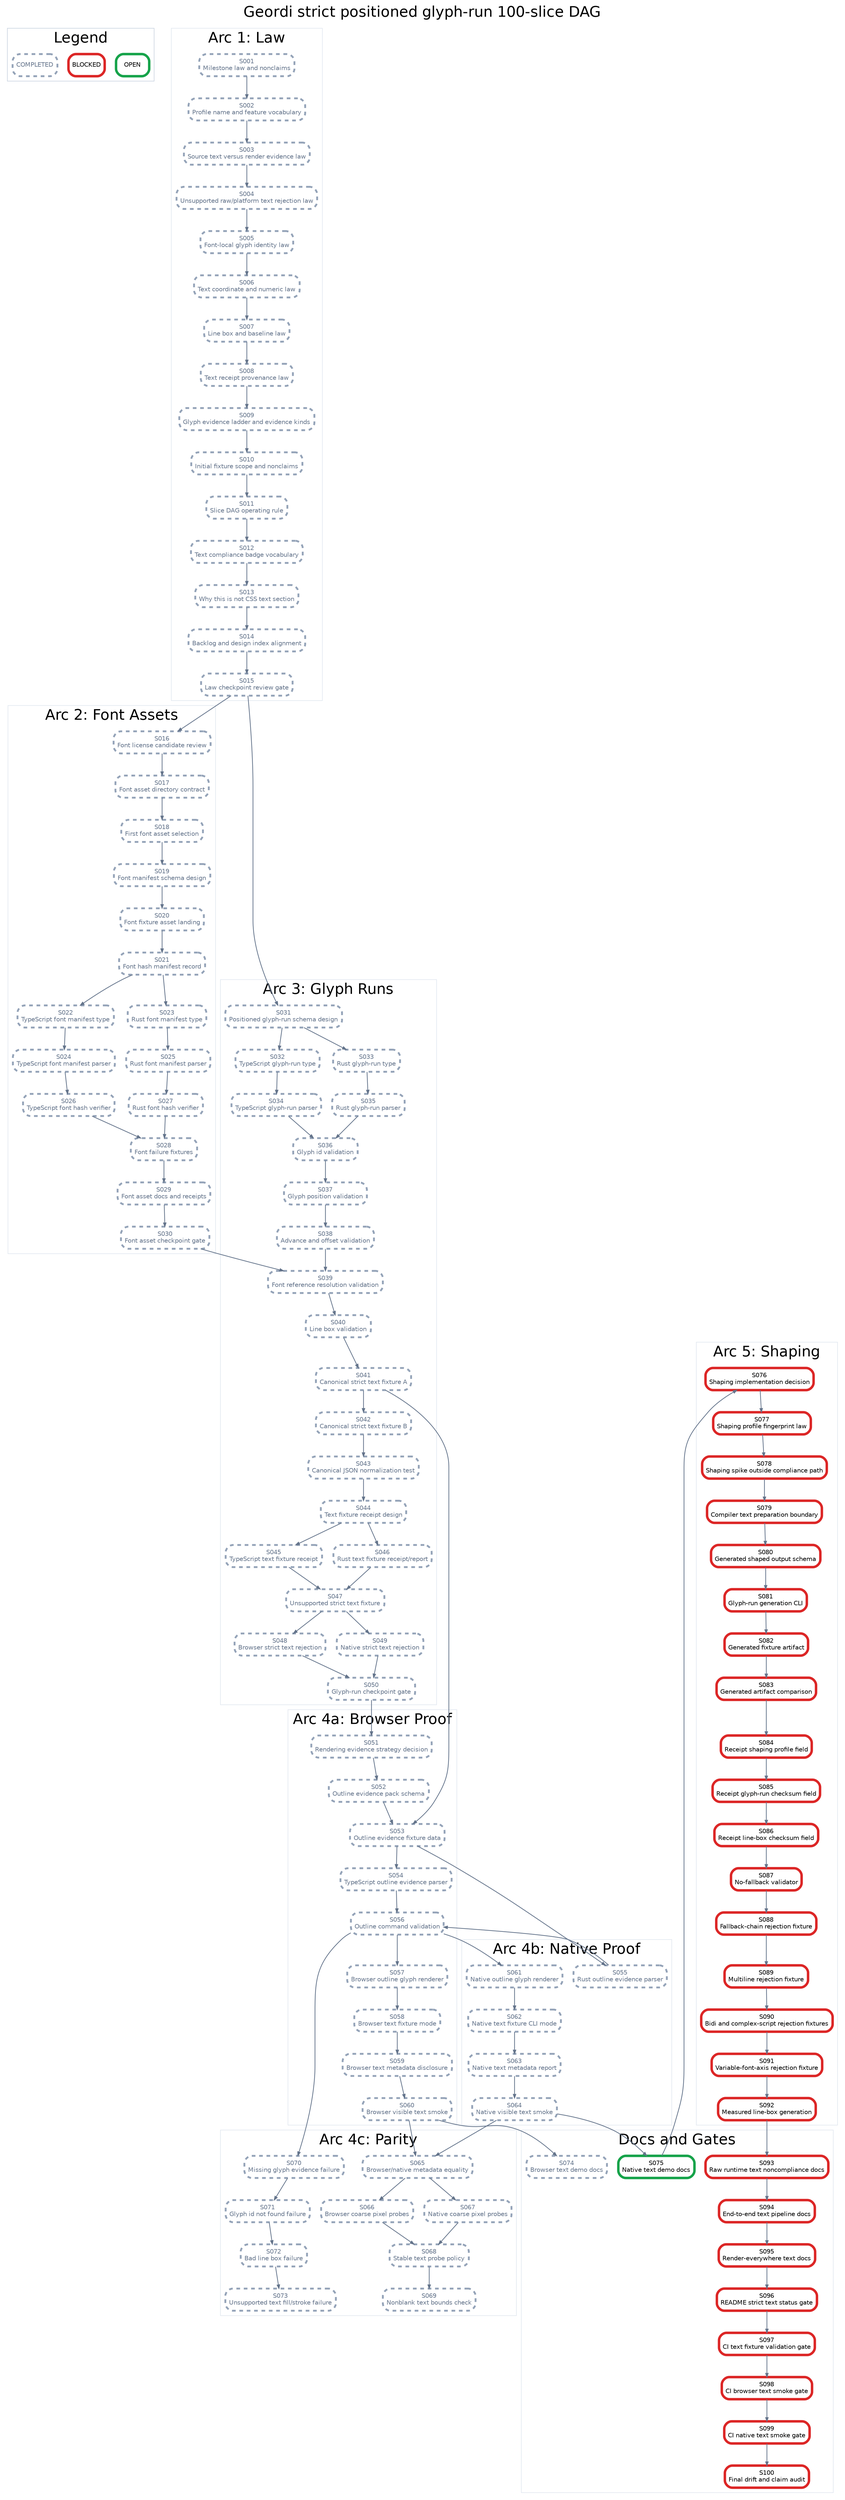
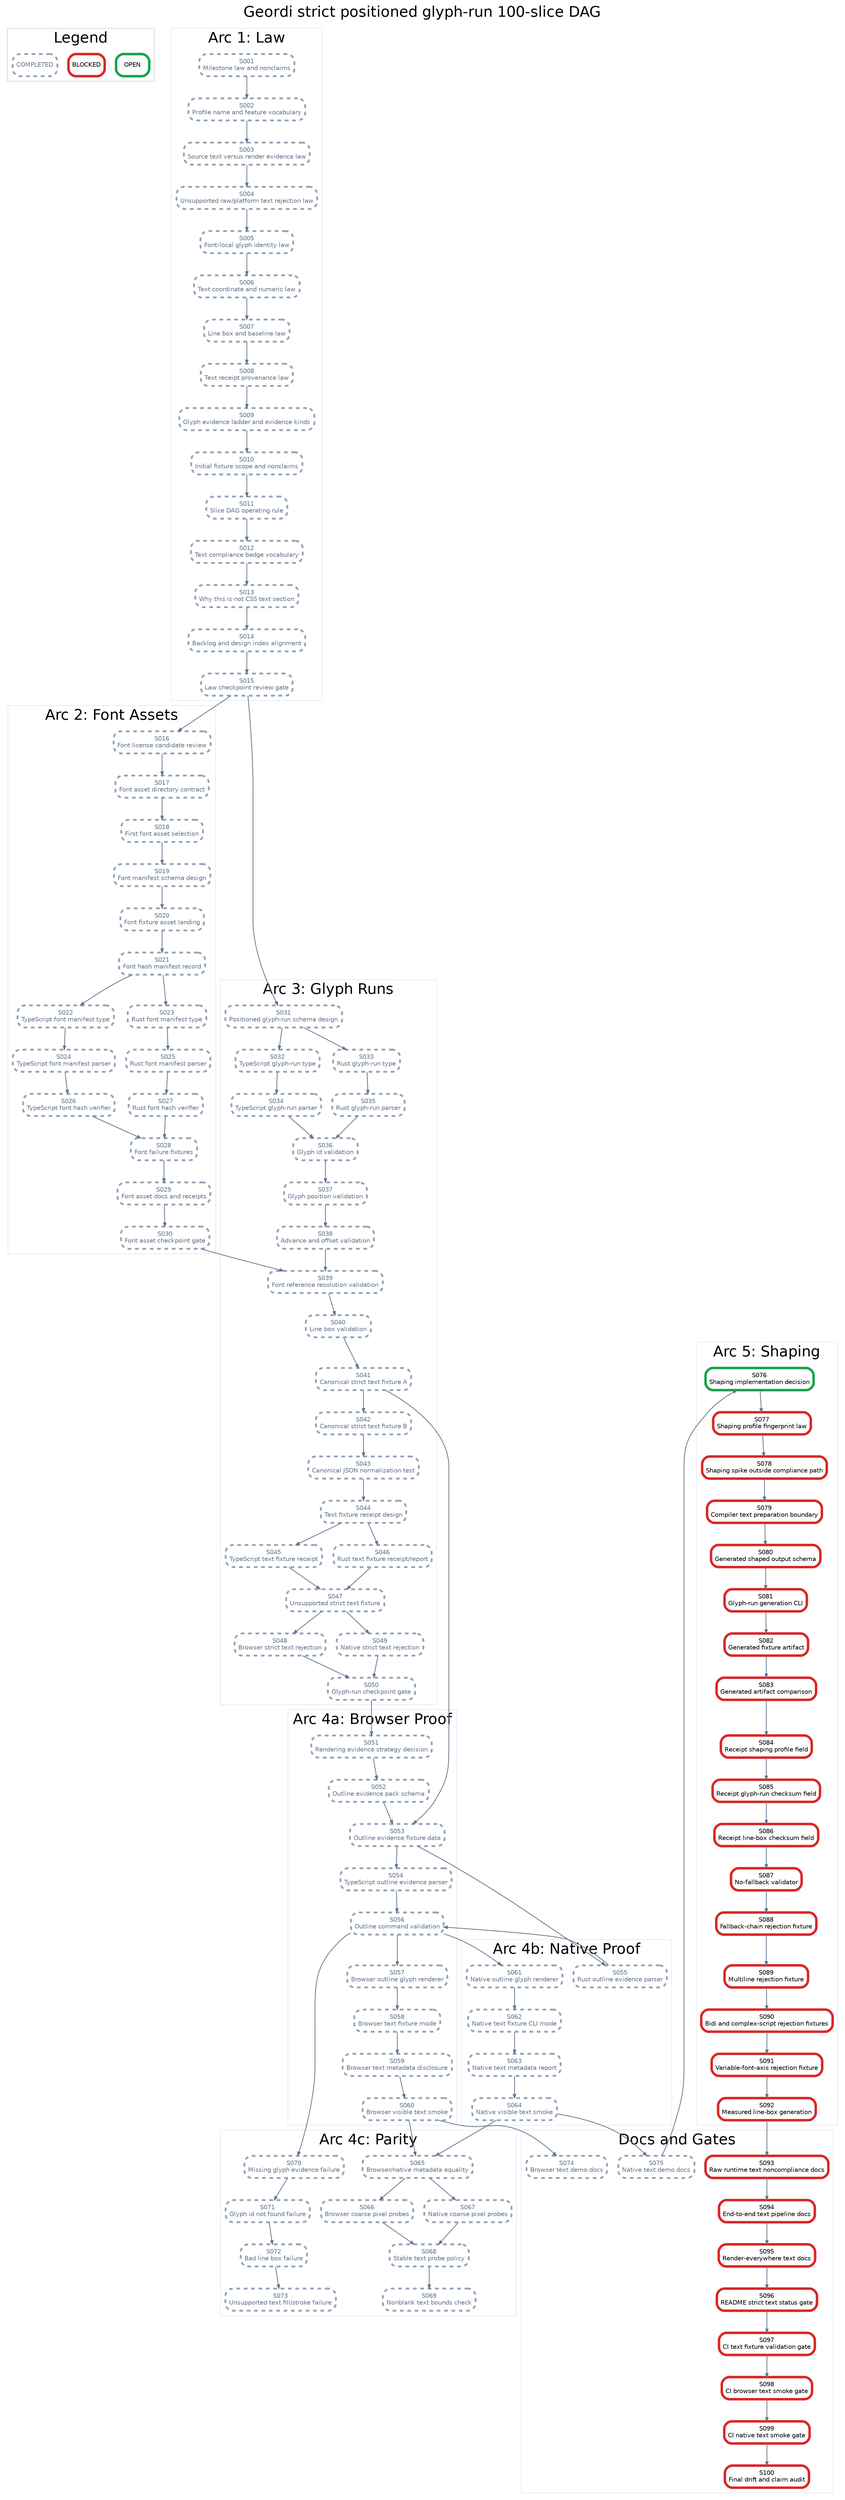
digraph StrictPositionedGlyphRunPlan {
  graph [rankdir=TB, bgcolor="white", fontname="Helvetica", label="Geordi strict positioned glyph-run 100-slice DAG", labelloc="t", fontsize=24];
  node [shape=box, style="rounded,filled", fillcolor="white", fontname="Helvetica", fontsize=10, margin="0.08,0.05"];
  edge [color="#64748b", arrowsize=0.6, penwidth=1.2];

  subgraph cluster_legend {
    label="Legend";
    color="#cbd5e1";
    legend_open [label="OPEN", color="#16a34a", penwidth=4];
    legend_blocked [label="BLOCKED", color="#dc2626", penwidth=4];
    legend_done [label="COMPLETED", color="#94a3b8", penwidth=3, style="rounded,filled,dashed", fontcolor="#64748b"];
  }

  subgraph cluster_law {
    label="Arc 1: Law";
    color="#e2e8f0";
    S001 [label="S001\nMilestone law and nonclaims", color="#94a3b8", penwidth=3, style="rounded,filled,dashed", fontcolor="#64748b"];
    S002 [label="S002\nProfile name and feature vocabulary", color="#94a3b8", penwidth=3, style="rounded,filled,dashed", fontcolor="#64748b"];
    S003 [label="S003\nSource text versus render evidence law", color="#94a3b8", penwidth=3, style="rounded,filled,dashed", fontcolor="#64748b"];
    S004 [label="S004\nUnsupported raw/platform text rejection law", color="#94a3b8", penwidth=3, style="rounded,filled,dashed", fontcolor="#64748b"];
    S005 [label="S005\nFont-local glyph identity law", color="#94a3b8", penwidth=3, style="rounded,filled,dashed", fontcolor="#64748b"];
    S006 [label="S006\nText coordinate and numeric law", color="#94a3b8", penwidth=3, style="rounded,filled,dashed", fontcolor="#64748b"];
    S007 [label="S007\nLine box and baseline law", color="#94a3b8", penwidth=3, style="rounded,filled,dashed", fontcolor="#64748b"];
    S008 [label="S008\nText receipt provenance law", color="#94a3b8", penwidth=3, style="rounded,filled,dashed", fontcolor="#64748b"];
    S009 [label="S009\nGlyph evidence ladder and evidence kinds", color="#94a3b8", penwidth=3, style="rounded,filled,dashed", fontcolor="#64748b"];
    S010 [label="S010\nInitial fixture scope and nonclaims", color="#94a3b8", penwidth=3, style="rounded,filled,dashed", fontcolor="#64748b"];
    S011 [label="S011\nSlice DAG operating rule", color="#94a3b8", penwidth=3, style="rounded,filled,dashed", fontcolor="#64748b"];
    S012 [label="S012\nText compliance badge vocabulary", color="#94a3b8", penwidth=3, style="rounded,filled,dashed", fontcolor="#64748b"];
    S013 [label="S013\nWhy this is not CSS text section", color="#94a3b8", penwidth=3, style="rounded,filled,dashed", fontcolor="#64748b"];
    S014 [label="S014\nBacklog and design index alignment", color="#94a3b8", penwidth=3, style="rounded,filled,dashed", fontcolor="#64748b"];
    S015 [label="S015\nLaw checkpoint review gate", color="#94a3b8", penwidth=3, style="rounded,filled,dashed", fontcolor="#64748b"];
  }

  subgraph cluster_assets {
    label="Arc 2: Font Assets";
    color="#e2e8f0";
    S016 [label="S016\nFont license candidate review", color="#94a3b8", penwidth=3, style="rounded,filled,dashed", fontcolor="#64748b"];
    S017 [label="S017\nFont asset directory contract", color="#94a3b8", penwidth=3, style="rounded,filled,dashed", fontcolor="#64748b"];
    S018 [label="S018\nFirst font asset selection", color="#94a3b8", penwidth=3, style="rounded,filled,dashed", fontcolor="#64748b"];
    S019 [label="S019\nFont manifest schema design", color="#94a3b8", penwidth=3, style="rounded,filled,dashed", fontcolor="#64748b"];
    S020 [label="S020\nFont fixture asset landing", color="#94a3b8", penwidth=3, style="rounded,filled,dashed", fontcolor="#64748b"];
    S021 [label="S021\nFont hash manifest record", color="#94a3b8", penwidth=3, style="rounded,filled,dashed", fontcolor="#64748b"];
    S022 [label="S022\nTypeScript font manifest type", color="#94a3b8", penwidth=3, style="rounded,filled,dashed", fontcolor="#64748b"];
    S023 [label="S023\nRust font manifest type", color="#94a3b8", penwidth=3, style="rounded,filled,dashed", fontcolor="#64748b"];
    S024 [label="S024\nTypeScript font manifest parser", color="#94a3b8", penwidth=3, style="rounded,filled,dashed", fontcolor="#64748b"];
    S025 [label="S025\nRust font manifest parser", color="#94a3b8", penwidth=3, style="rounded,filled,dashed", fontcolor="#64748b"];
    S026 [label="S026\nTypeScript font hash verifier", color="#94a3b8", penwidth=3, style="rounded,filled,dashed", fontcolor="#64748b"];
    S027 [label="S027\nRust font hash verifier", color="#94a3b8", penwidth=3, style="rounded,filled,dashed", fontcolor="#64748b"];
    S028 [label="S028\nFont failure fixtures", color="#94a3b8", penwidth=3, style="rounded,filled,dashed", fontcolor="#64748b"];
    S029 [label="S029\nFont asset docs and receipts", color="#94a3b8", penwidth=3, style="rounded,filled,dashed", fontcolor="#64748b"];
    S030 [label="S030\nFont asset checkpoint gate", color="#94a3b8", penwidth=3, style="rounded,filled,dashed", fontcolor="#64748b"];
  }

  subgraph cluster_glyph {
    label="Arc 3: Glyph Runs";
    color="#e2e8f0";
    S031 [label="S031\nPositioned glyph-run schema design", color="#94a3b8", penwidth=3, style="rounded,filled,dashed", fontcolor="#64748b"];
    S032 [label="S032\nTypeScript glyph-run type", color="#94a3b8", penwidth=3, style="rounded,filled,dashed", fontcolor="#64748b"];
    S033 [label="S033\nRust glyph-run type", color="#94a3b8", penwidth=3, style="rounded,filled,dashed", fontcolor="#64748b"];
    S034 [label="S034\nTypeScript glyph-run parser", color="#94a3b8", penwidth=3, style="rounded,filled,dashed", fontcolor="#64748b"];
    S035 [label="S035\nRust glyph-run parser", color="#94a3b8", penwidth=3, style="rounded,filled,dashed", fontcolor="#64748b"];
    S036 [label="S036\nGlyph id validation", color="#94a3b8", penwidth=3, style="rounded,filled,dashed", fontcolor="#64748b"];
    S037 [label="S037\nGlyph position validation", color="#94a3b8", penwidth=3, style="rounded,filled,dashed", fontcolor="#64748b"];
    S038 [label="S038\nAdvance and offset validation", color="#94a3b8", penwidth=3, style="rounded,filled,dashed", fontcolor="#64748b"];
    S039 [label="S039\nFont reference resolution validation", color="#94a3b8", penwidth=3, style="rounded,filled,dashed", fontcolor="#64748b"];
    S040 [label="S040\nLine box validation", color="#94a3b8", penwidth=3, style="rounded,filled,dashed", fontcolor="#64748b"];
    S041 [label="S041\nCanonical strict text fixture A", color="#94a3b8", penwidth=3, style="rounded,filled,dashed", fontcolor="#64748b"];
    S042 [label="S042\nCanonical strict text fixture B", color="#94a3b8", penwidth=3, style="rounded,filled,dashed", fontcolor="#64748b"];
    S043 [label="S043\nCanonical JSON normalization test", color="#94a3b8", penwidth=3, style="rounded,filled,dashed", fontcolor="#64748b"];
    S044 [label="S044\nText fixture receipt design", color="#94a3b8", penwidth=3, style="rounded,filled,dashed", fontcolor="#64748b"];
    S045 [label="S045\nTypeScript text fixture receipt", color="#94a3b8", penwidth=3, style="rounded,filled,dashed", fontcolor="#64748b"];
    S046 [label="S046\nRust text fixture receipt/report", color="#94a3b8", penwidth=3, style="rounded,filled,dashed", fontcolor="#64748b"];
    S047 [label="S047\nUnsupported strict text fixture", color="#94a3b8", penwidth=3, style="rounded,filled,dashed", fontcolor="#64748b"];
    S048 [label="S048\nBrowser strict text rejection", color="#94a3b8", penwidth=3, style="rounded,filled,dashed", fontcolor="#64748b"];
    S049 [label="S049\nNative strict text rejection", color="#94a3b8", penwidth=3, style="rounded,filled,dashed", fontcolor="#64748b"];
    S050 [label="S050\nGlyph-run checkpoint gate", color="#94a3b8", penwidth=3, style="rounded,filled,dashed", fontcolor="#64748b"];
  }

  subgraph cluster_browser {
    label="Arc 4a: Browser Proof";
    color="#e2e8f0";
    S051 [label="S051\nRendering evidence strategy decision", color="#94a3b8", penwidth=3, style="rounded,filled,dashed", fontcolor="#64748b"];
    S052 [label="S052\nOutline evidence pack schema", color="#94a3b8", penwidth=3, style="rounded,filled,dashed", fontcolor="#64748b"];
    S053 [label="S053\nOutline evidence fixture data", color="#94a3b8", penwidth=3, style="rounded,filled,dashed", fontcolor="#64748b"];
    S054 [label="S054\nTypeScript outline evidence parser", color="#94a3b8", penwidth=3, style="rounded,filled,dashed", fontcolor="#64748b"];
    S056 [label="S056\nOutline command validation", color="#94a3b8", penwidth=3, style="rounded,filled,dashed", fontcolor="#64748b"];
    S057 [label="S057\nBrowser outline glyph renderer", color="#94a3b8", penwidth=3, style="rounded,filled,dashed", fontcolor="#64748b"];
    S058 [label="S058\nBrowser text fixture mode", color="#94a3b8", penwidth=3, style="rounded,filled,dashed", fontcolor="#64748b"];
    S059 [label="S059\nBrowser text metadata disclosure", color="#94a3b8", penwidth=3, style="rounded,filled,dashed", fontcolor="#64748b"];
    S060 [label="S060\nBrowser visible text smoke", color="#94a3b8", penwidth=3, style="rounded,filled,dashed", fontcolor="#64748b"];
  }

  subgraph cluster_native {
    label="Arc 4b: Native Proof";
    color="#e2e8f0";
    S055 [label="S055\nRust outline evidence parser", color="#94a3b8", penwidth=3, style="rounded,filled,dashed", fontcolor="#64748b"];
    S061 [label="S061\nNative outline glyph renderer", color="#94a3b8", penwidth=3, style="rounded,filled,dashed", fontcolor="#64748b"];
    S062 [label="S062\nNative text fixture CLI mode", color="#94a3b8", penwidth=3, style="rounded,filled,dashed", fontcolor="#64748b"];
    S063 [label="S063\nNative text metadata report", color="#94a3b8", penwidth=3, style="rounded,filled,dashed", fontcolor="#64748b"];
    S064 [label="S064\nNative visible text smoke", color="#94a3b8", penwidth=3, style="rounded,filled,dashed", fontcolor="#64748b"];
  }

  subgraph cluster_parity {
    label="Arc 4c: Parity";
    color="#e2e8f0";
    S065 [label="S065\nBrowser/native metadata equality", color="#94a3b8", penwidth=3, style="rounded,filled,dashed", fontcolor="#64748b"];
    S066 [label="S066\nBrowser coarse pixel probes", color="#94a3b8", penwidth=3, style="rounded,filled,dashed", fontcolor="#64748b"];
    S067 [label="S067\nNative coarse pixel probes", color="#94a3b8", penwidth=3, style="rounded,filled,dashed", fontcolor="#64748b"];
    S068 [label="S068\nStable text probe policy", color="#94a3b8", penwidth=3, style="rounded,filled,dashed", fontcolor="#64748b"];
    S069 [label="S069\nNonblank text bounds check", color="#94a3b8", penwidth=3, style="rounded,filled,dashed", fontcolor="#64748b"];
    S070 [label="S070\nMissing glyph evidence failure", color="#94a3b8", penwidth=3, style="rounded,filled,dashed", fontcolor="#64748b"];
    S071 [label="S071\nGlyph id not found failure", color="#94a3b8", penwidth=3, style="rounded,filled,dashed", fontcolor="#64748b"];
    S072 [label="S072\nBad line box failure", color="#94a3b8", penwidth=3, style="rounded,filled,dashed", fontcolor="#64748b"];
    S073 [label="S073\nUnsupported text fill/stroke failure", color="#94a3b8", penwidth=3, style="rounded,filled,dashed", fontcolor="#64748b"];
  }

  subgraph cluster_shaping {
    label="Arc 5: Shaping";
    color="#e2e8f0";
-     S076 [label="S076\nShaping implementation decision", color="#dc2626", penwidth=4];
+     S076 [label="S076\nShaping implementation decision", color="#16a34a", penwidth=4];
    S077 [label="S077\nShaping profile fingerprint law", color="#dc2626", penwidth=4];
    S078 [label="S078\nShaping spike outside compliance path", color="#dc2626", penwidth=4];
    S079 [label="S079\nCompiler text preparation boundary", color="#dc2626", penwidth=4];
    S080 [label="S080\nGenerated shaped output schema", color="#dc2626", penwidth=4];
    S081 [label="S081\nGlyph-run generation CLI", color="#dc2626", penwidth=4];
    S082 [label="S082\nGenerated fixture artifact", color="#dc2626", penwidth=4];
    S083 [label="S083\nGenerated artifact comparison", color="#dc2626", penwidth=4];
    S084 [label="S084\nReceipt shaping profile field", color="#dc2626", penwidth=4];
    S085 [label="S085\nReceipt glyph-run checksum field", color="#dc2626", penwidth=4];
    S086 [label="S086\nReceipt line-box checksum field", color="#dc2626", penwidth=4];
    S087 [label="S087\nNo-fallback validator", color="#dc2626", penwidth=4];
    S088 [label="S088\nFallback-chain rejection fixture", color="#dc2626", penwidth=4];
    S089 [label="S089\nMultiline rejection fixture", color="#dc2626", penwidth=4];
    S090 [label="S090\nBidi and complex-script rejection fixtures", color="#dc2626", penwidth=4];
    S091 [label="S091\nVariable-font-axis rejection fixture", color="#dc2626", penwidth=4];
    S092 [label="S092\nMeasured line-box generation", color="#dc2626", penwidth=4];
  }

  subgraph cluster_docs {
    label="Docs and Gates";
    color="#e2e8f0";
    S074 [label="S074\nBrowser text demo docs", color="#94a3b8", penwidth=3, style="rounded,filled,dashed", fontcolor="#64748b"];
-     S075 [label="S075\nNative text demo docs", color="#16a34a", penwidth=4];
+     S075 [label="S075\nNative text demo docs", color="#94a3b8", penwidth=3, style="rounded,filled,dashed", fontcolor="#64748b"];
    S093 [label="S093\nRaw runtime text noncompliance docs", color="#dc2626", penwidth=4];
    S094 [label="S094\nEnd-to-end text pipeline docs", color="#dc2626", penwidth=4];
    S095 [label="S095\nRender-everywhere text docs", color="#dc2626", penwidth=4];
    S096 [label="S096\nREADME strict text status gate", color="#dc2626", penwidth=4];
    S097 [label="S097\nCI text fixture validation gate", color="#dc2626", penwidth=4];
    S098 [label="S098\nCI browser text smoke gate", color="#dc2626", penwidth=4];
    S099 [label="S099\nCI native text smoke gate", color="#dc2626", penwidth=4];
    S100 [label="S100\nFinal drift and claim audit", color="#dc2626", penwidth=4];
  }

  S001 -> S002;
  S002 -> S003;
  S003 -> S004;
  S004 -> S005;
  S005 -> S006;
  S006 -> S007;
  S007 -> S008;
  S008 -> S009;
  S009 -> S010;
  S010 -> S011;
  S011 -> S012;
  S012 -> S013;
  S013 -> S014;
  S014 -> S015;
  S015 -> S016;
  S016 -> S017;
  S017 -> S018;
  S018 -> S019;
  S019 -> S020;
  S020 -> S021;
  S021 -> S022;
  S021 -> S023;
  S022 -> S024;
  S023 -> S025;
  S024 -> S026;
  S025 -> S027;
  S026 -> S028;
  S027 -> S028;
  S028 -> S029;
  S029 -> S030;
  S015 -> S031;
  S031 -> S032;
  S031 -> S033;
  S032 -> S034;
  S033 -> S035;
  S034 -> S036;
  S035 -> S036;
  S036 -> S037;
  S037 -> S038;
  S038 -> S039;
  S039 -> S040;
  S030 -> S039;
  S040 -> S041;
  S041 -> S042;
  S042 -> S043;
  S043 -> S044;
  S044 -> S045;
  S044 -> S046;
  S045 -> S047;
  S046 -> S047;
  S047 -> S048;
  S047 -> S049;
  S048 -> S050;
  S049 -> S050;
  S050 -> S051;
  S051 -> S052;
  S052 -> S053;
  S041 -> S053;
  S053 -> S054;
  S053 -> S055;
  S054 -> S056;
  S055 -> S056;
  S056 -> S057;
  S057 -> S058;
  S058 -> S059;
  S059 -> S060;
  S056 -> S061;
  S061 -> S062;
  S062 -> S063;
  S063 -> S064;
  S060 -> S065;
  S064 -> S065;
  S065 -> S066;
  S065 -> S067;
  S066 -> S068;
  S067 -> S068;
  S068 -> S069;
  S056 -> S070;
  S070 -> S071;
  S071 -> S072;
  S072 -> S073;
  S060 -> S074;
  S064 -> S075;
  S075 -> S076;
  S076 -> S077;
  S077 -> S078;
  S078 -> S079;
  S079 -> S080;
  S080 -> S081;
  S081 -> S082;
  S082 -> S083;
  S083 -> S084;
  S084 -> S085;
  S085 -> S086;
  S086 -> S087;
  S087 -> S088;
  S088 -> S089;
  S089 -> S090;
  S090 -> S091;
  S091 -> S092;
  S092 -> S093;
  S093 -> S094;
  S094 -> S095;
  S095 -> S096;
  S096 -> S097;
  S097 -> S098;
  S098 -> S099;
  S099 -> S100;
}
